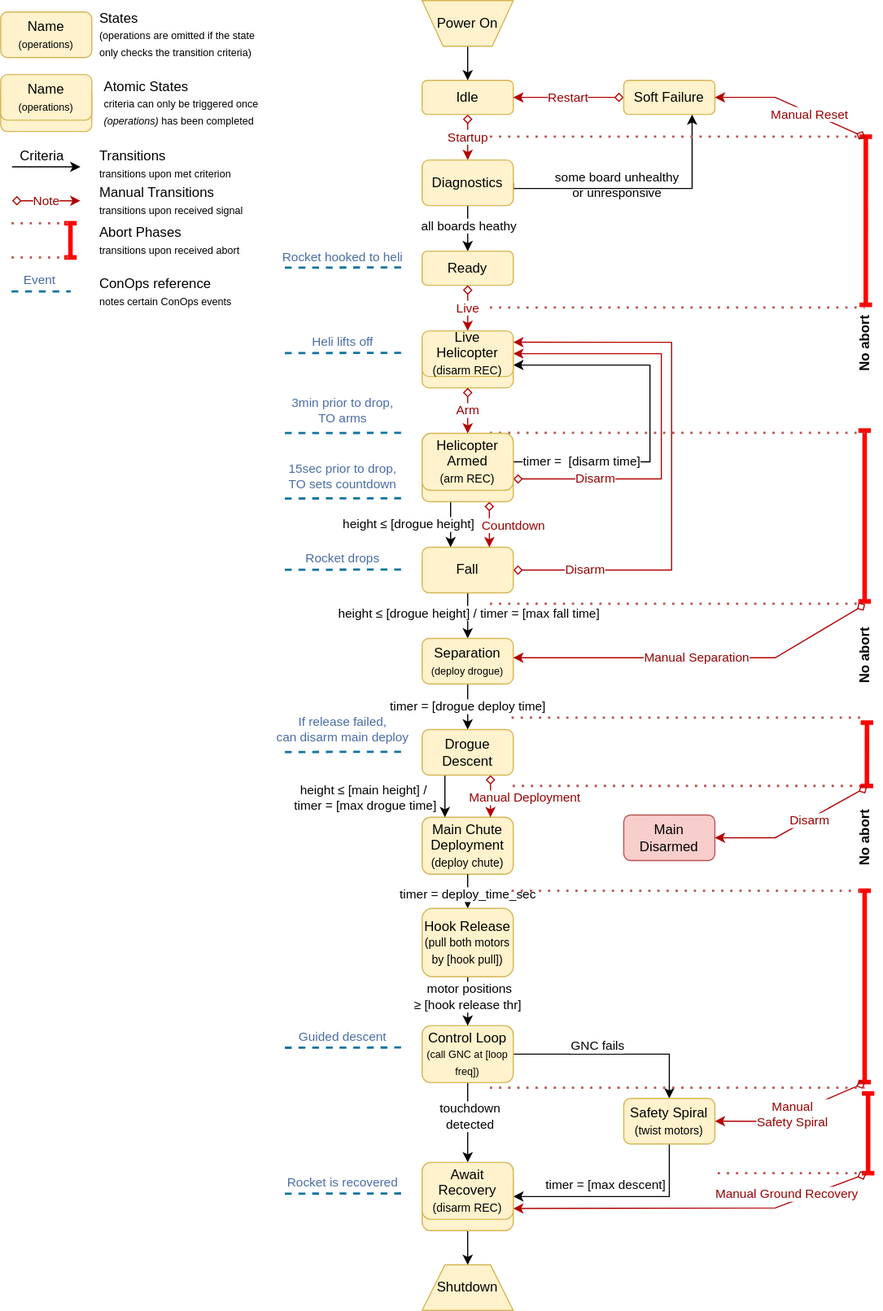
This is state-machines/separation-drop-test-state-machine.drawio.svg from aris-space/asteria-remote-computers, a draw.io export, as it was before one commit. Source tidied: cells renumbered, new cells last; positions are measured from the earlier drawing's top-left corner, leaving out a move shared by most shapes.
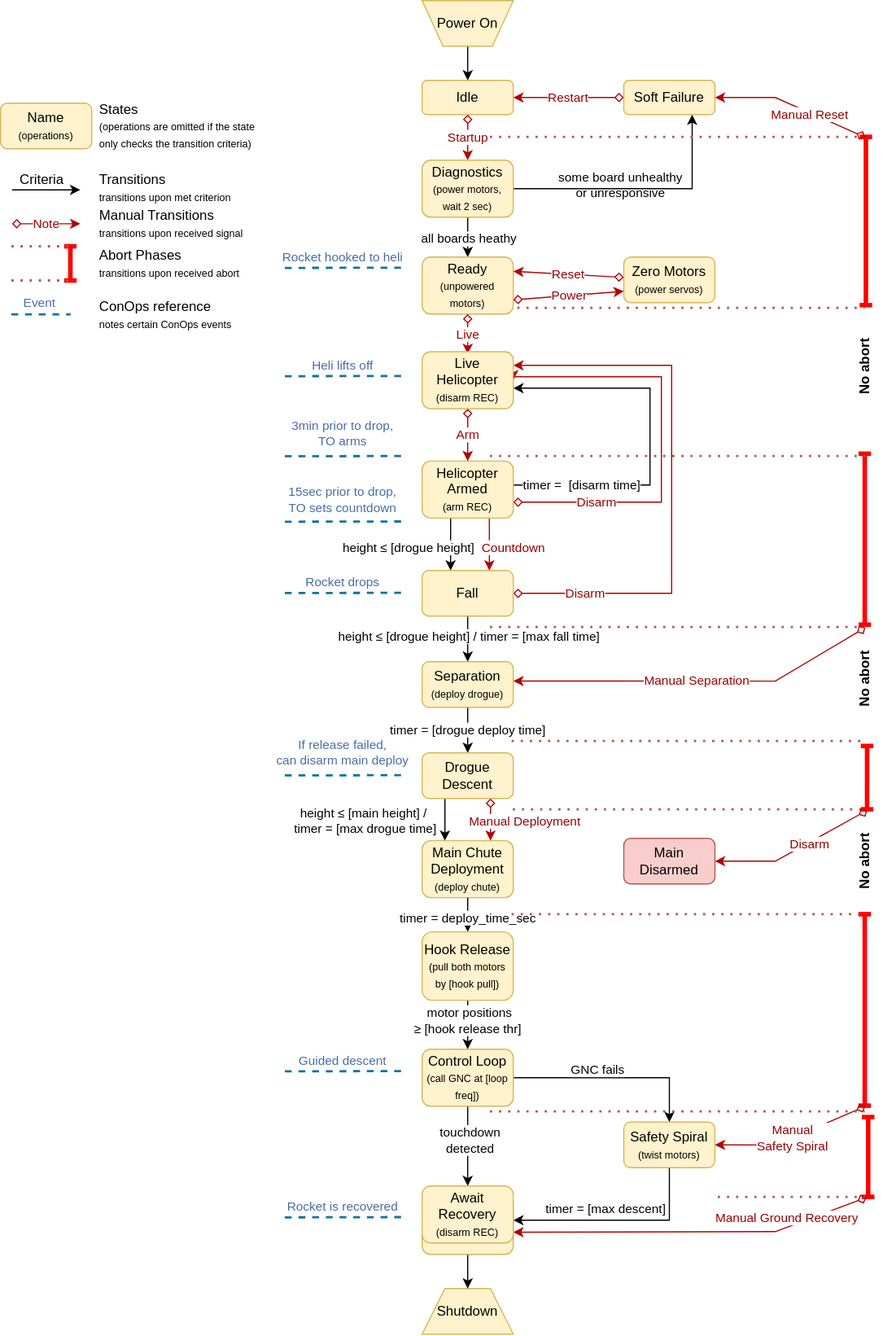
Later version of the same file.

The edit, as a diff of the source:
```diff
@@ -11,3 +11,3 @@
     <mxCell id="4" value="Idle" style="rounded=1;whiteSpace=wrap;html=1;fillColor=#fff2cc;strokeColor=#d6b656;" parent="1" vertex="1">
-      <mxGeometry x="370" y="70" width="80" height="30" as="geometry" />
+      <mxGeometry x="370" y="50" width="80" height="30" as="geometry" />
     </mxCell>
@@ -17,11 +17,9 @@
     <mxCell id="6" value="Power On" style="verticalLabelPosition=middle;verticalAlign=middle;html=1;shape=trapezoid;perimeter=trapezoidPerimeter;whiteSpace=wrap;size=0.23;arcSize=10;flipV=1;labelPosition=center;align=center;fillColor=#fff2cc;strokeColor=#d6b656;" parent="1" vertex="1">
-      <mxGeometry x="370" width="80" height="40" as="geometry" />
+      <mxGeometry x="370" y="-20" width="80" height="40" as="geometry" />
     </mxCell>
-    <mxCell id="7" style="edgeStyle=orthogonalEdgeStyle;rounded=0;jettySize=auto;html=1;entryX=0.5;entryY=0;entryDx=0;entryDy=0;" parent="1" edge="1" source="11">
-      <mxGeometry relative="1" as="geometry">
-        <mxPoint x="410" y="220" as="targetPoint" />
-      </mxGeometry>
+    <mxCell id="7" style="edgeStyle=orthogonalEdgeStyle;rounded=0;jettySize=auto;html=1;" parent="1" edge="1" source="11" target="59">
+      <mxGeometry x="-0.33" relative="1" as="geometry" />
     </mxCell>
     <mxCell id="8" value="all boards heathy" style="edgeLabel;html=1;align=center;verticalAlign=middle;" parent="7" vertex="1">
-      <mxGeometry x="-0.13" relative="1" as="geometry" />
+      <mxGeometry x="0.24" relative="1" as="geometry" />
     </mxCell>
@@ -30,3 +28,3 @@
         <Array as="points">
-          <mxPoint x="607" y="165" />
+          <mxPoint x="607" y="145" />
         </Array>
@@ -39,4 +37,4 @@
     </mxCell>
-    <mxCell id="11" value="&lt;font&gt;Diagnostics&lt;/font&gt;" style="rounded=1;whiteSpace=wrap;html=1;fillColor=#fff2cc;strokeColor=#d6b656;" parent="1" vertex="1">
-      <mxGeometry x="370" y="140" width="80" height="40" as="geometry" />
+    <mxCell id="11" value="&lt;font&gt;Diagnostics&lt;/font&gt;&lt;div&gt;&lt;font style=&quot;font-size: 9px;&quot;&gt;(power motors, wait 2 sec)&lt;/font&gt;&lt;/div&gt;" style="rounded=1;whiteSpace=wrap;html=1;fillColor=#fff2cc;strokeColor=#d6b656;" parent="1" vertex="1">
+      <mxGeometry x="370" y="120" width="80" height="50" as="geometry" />
     </mxCell>
@@ -46,11 +44,9 @@
     <mxCell id="13" value="Soft Failure" style="rounded=1;whiteSpace=wrap;html=1;fillColor=#fff2cc;strokeColor=#d6b656;" parent="1" vertex="1">
-      <mxGeometry x="547" y="70" width="80" height="30" as="geometry" />
+      <mxGeometry x="547" y="50" width="80" height="30" as="geometry" />
     </mxCell>
-    <mxCell id="14" style="edgeStyle=orthogonalEdgeStyle;rounded=0;orthogonalLoop=1;jettySize=auto;html=1;entryX=0.5;entryY=0;entryDx=0;entryDy=0;" parent="1" edge="1">
-      <mxGeometry relative="1" as="geometry">
-        <mxPoint x="395" y="440" as="sourcePoint" />
+    <mxCell id="14" style="edgeStyle=orthogonalEdgeStyle;rounded=0;jettySize=auto;html=1;entryX=0.5;entryY=0;entryDx=0;entryDy=0;exitX=0.25;exitY=1;exitDx=0;exitDy=0;" parent="1" edge="1" source="94">
+      <mxGeometry x="0.27" relative="1" as="geometry">
         <mxPoint x="395" y="480" as="targetPoint" />
         <Array as="points">
-          <mxPoint x="395" y="460" />
-          <mxPoint x="395" y="460" />
+          <mxPoint x="395" y="430" />
         </Array>
@@ -58,4 +54,5 @@
     </mxCell>
-    <mxCell id="15" value="&lt;font color=&quot;#990000&quot;&gt;Disarm&lt;/font&gt;" style="edgeStyle=orthogonalEdgeStyle;rounded=0;jettySize=auto;html=1;exitX=1;exitY=0.5;exitDx=0;exitDy=0;shadow=0;strokeColor=#B20000;strokeWidth=1;align=center;verticalAlign=middle;fontFamily=Helvetica;fontSize=11;fontColor=default;labelBackgroundColor=default;jumpStyle=none;jumpSize=5;startArrow=diamond;startFill=0;endArrow=classic;flowAnimation=0;fillColor=#e51400;entryX=1;entryY=0.5;entryDx=0;entryDy=0;" parent="1" edge="1" source="92" target="93">
+    <mxCell id="15" value="&lt;font color=&quot;#990000&quot;&gt;Disarm&lt;/font&gt;" style="edgeStyle=orthogonalEdgeStyle;rounded=0;jettySize=auto;html=1;exitX=1;exitY=0.5;exitDx=0;exitDy=0;shadow=0;strokeColor=#B20000;strokeWidth=1;align=center;verticalAlign=middle;fontFamily=Helvetica;fontSize=11;fontColor=default;labelBackgroundColor=default;jumpStyle=none;jumpSize=5;startArrow=diamond;startFill=0;endArrow=classic;flowAnimation=0;fillColor=#e51400;entryX=1;entryY=0.5;entryDx=0;entryDy=0;" parent="1" edge="1" target="93">
       <mxGeometry x="-0.61" relative="1" as="geometry">
+        <mxPoint x="450" y="420" as="sourcePoint" />
         <Array as="points">
@@ -117,6 +114,6 @@
     </mxCell>
-    <mxCell id="27" value="Safety Spiral&lt;div&gt;&lt;font size=&quot;1&quot;&gt;(twist motors)&lt;/font&gt;&lt;/div&gt;" style="rounded=1;whiteSpace=wrap;html=1;fillColor=#fff2cc;strokeColor=#d6b656;" parent="1" vertex="1">
+    <mxCell id="27" value="Safety Spiral&lt;div&gt;&lt;font style=&quot;font-size: 9px;&quot;&gt;(twist motors)&lt;/font&gt;&lt;/div&gt;" style="rounded=1;whiteSpace=wrap;html=1;fillColor=#fff2cc;strokeColor=#d6b656;" parent="1" vertex="1">
       <mxGeometry x="547" y="963.9" width="80" height="40" as="geometry" />
     </mxCell>
-    <mxCell id="28" value="Main Chute Deployment&lt;div&gt;&lt;font size=&quot;1&quot;&gt;(deploy chute)&lt;/font&gt;&lt;/div&gt;" style="rounded=1;whiteSpace=wrap;html=1;fillColor=#fff2cc;strokeColor=#d6b656;" parent="1" vertex="1">
+    <mxCell id="28" value="Main Chute Deployment&lt;div&gt;&lt;font style=&quot;font-size: 9px;&quot;&gt;(deploy chute)&lt;/font&gt;&lt;/div&gt;" style="rounded=1;whiteSpace=wrap;html=1;fillColor=#fff2cc;strokeColor=#d6b656;" parent="1" vertex="1">
       <mxGeometry x="370" y="717" width="80" height="50" as="geometry" />
@@ -225,5 +222,6 @@
     </mxCell>
-    <mxCell id="45" style="endArrow=baseDash;html=1;rounded=0;startArrow=baseDash;startFill=0;endFill=0;fillColor=#f8cecc;strokeColor=#FF0000;strokeWidth=4;exitX=0.855;exitY=0.533;exitDx=0;exitDy=0;exitPerimeter=0;" parent="1" edge="1" source="49">
+    <mxCell id="45" style="endArrow=baseDash;html=1;rounded=0;startArrow=baseDash;startFill=0;endFill=0;fillColor=#f8cecc;strokeColor=#FF0000;strokeWidth=4;exitX=0.855;exitY=0.533;exitDx=0;exitDy=0;exitPerimeter=0;" parent="1" edge="1">
       <mxGeometry relative="1" as="geometry">
-        <mxPoint x="760" y="120" as="targetPoint" />
+        <mxPoint x="760" y="247.6" as="sourcePoint" />
+        <mxPoint x="760" y="100" as="targetPoint" />
       </mxGeometry>
@@ -232,6 +230,6 @@
       <mxGeometry relative="1" as="geometry">
-        <mxPoint x="430" y="120" as="sourcePoint" />
-        <mxPoint x="759" y="120" as="targetPoint" />
+        <mxPoint x="430" y="100" as="sourcePoint" />
+        <mxPoint x="759" y="100" as="targetPoint" />
         <Array as="points">
-          <mxPoint x="649" y="120" />
+          <mxPoint x="649" y="100" />
         </Array>
@@ -241,6 +239,6 @@
       <mxGeometry relative="1" as="geometry">
-        <mxPoint x="430" y="270" as="sourcePoint" />
-        <mxPoint x="759" y="270" as="targetPoint" />
+        <mxPoint x="430" y="250" as="sourcePoint" />
+        <mxPoint x="759" y="250" as="targetPoint" />
         <Array as="points">
-          <mxPoint x="649" y="270" />
+          <mxPoint x="649" y="250" />
         </Array>
@@ -250,5 +248,5 @@
       <mxGeometry x="-0.24" y="2" relative="1" as="geometry">
-        <mxPoint x="759" y="120" as="sourcePoint" />
+        <mxPoint x="759" y="100" as="sourcePoint" />
         <Array as="points">
-          <mxPoint x="680" y="85" />
+          <mxPoint x="680" y="65" />
         </Array>
@@ -272,9 +270,7 @@
     </mxCell>
-    <mxCell id="52" value="&lt;font color=&quot;#990000&quot;&gt;Countdown&lt;/font&gt;" style="edgeStyle=orthogonalEdgeStyle;rounded=0;orthogonalLoop=1;jettySize=auto;html=1;shadow=0;strokeColor=#B20000;strokeWidth=1;align=center;verticalAlign=middle;fontFamily=Helvetica;fontSize=11;fontColor=default;labelBackgroundColor=default;jumpStyle=none;jumpSize=5;startArrow=diamond;startFill=0;endArrow=classic;flowAnimation=0;fillColor=#e51400;" parent="1" edge="1">
-      <mxGeometry x="0.05" y="21" relative="1" as="geometry">
-        <mxPoint x="429" y="440" as="sourcePoint" />
+    <mxCell id="52" value="&lt;font color=&quot;#990000&quot;&gt;Countdown&lt;/font&gt;" style="edgeStyle=orthogonalEdgeStyle;rounded=0;jettySize=auto;html=1;shadow=0;strokeColor=#B20000;strokeWidth=1;align=center;verticalAlign=middle;fontFamily=Helvetica;fontSize=11;fontColor=default;labelBackgroundColor=default;jumpStyle=none;jumpSize=5;startArrow=diamond;startFill=0;endArrow=classic;flowAnimation=0;fillColor=#e51400;exitX=0.75;exitY=1;exitDx=0;exitDy=0;" parent="1" edge="1" source="94">
+      <mxGeometry x="0.25" y="21" relative="1" as="geometry">
         <mxPoint x="429" y="480" as="targetPoint" />
         <Array as="points">
-          <mxPoint x="429" y="461" />
-          <mxPoint x="429" y="461" />
+          <mxPoint x="429" y="430" />
         </Array>
@@ -318,4 +314,4 @@
     </mxCell>
-    <mxCell id="59" value="Ready" style="rounded=1;whiteSpace=wrap;html=1;fillColor=#fff2cc;strokeColor=#d6b656;" parent="1" vertex="1">
-      <mxGeometry x="370" y="220" width="80" height="30" as="geometry" />
+    <mxCell id="59" value="Ready&lt;div&gt;&lt;font style=&quot;font-size: 9px;&quot;&gt;(unpowered motors)&lt;/font&gt;&lt;/div&gt;" style="rounded=1;whiteSpace=wrap;html=1;fillColor=#fff2cc;strokeColor=#d6b656;" parent="1" vertex="1">
+      <mxGeometry x="370" y="205" width="80" height="50" as="geometry" />
     </mxCell>
@@ -328,4 +324,4 @@
       <mxGeometry x="-0.07" y="10" relative="1" as="geometry">
-        <mxPoint x="250" y="235" as="sourcePoint" />
-        <mxPoint x="357" y="234.8" as="targetPoint" />
+        <mxPoint x="250" y="215" as="sourcePoint" />
+        <mxPoint x="357" y="214.8" as="targetPoint" />
       </mxGeometry>
@@ -401,3 +397,3 @@
     </mxCell>
-    <mxCell id="74" value="&lt;div&gt;Hook Release&lt;/div&gt;&lt;div&gt;&lt;font size=&quot;1&quot;&gt;(pull both motors by [hook pull])&lt;/font&gt;&lt;/div&gt;" style="rounded=1;whiteSpace=wrap;html=1;fillColor=#fff2cc;strokeColor=#d6b656;" parent="1" vertex="1">
+    <mxCell id="74" value="&lt;div&gt;Hook Release&lt;/div&gt;&lt;div&gt;&lt;font style=&quot;font-size: 9px;&quot;&gt;(pull both motors by [hook pull])&lt;/font&gt;&lt;/div&gt;" style="rounded=1;whiteSpace=wrap;html=1;fillColor=#fff2cc;strokeColor=#d6b656;" parent="1" vertex="1">
       <mxGeometry x="370" y="797" width="80" height="60" as="geometry" />
@@ -423,6 +419,6 @@
     <mxCell id="79" value="Name&lt;div&gt;&lt;font style=&quot;font-size: 9px;&quot;&gt;(operations)&lt;/font&gt;&lt;/div&gt;" style="rounded=1;whiteSpace=wrap;html=1;fillColor=#fff2cc;strokeColor=#d6b656;" parent="1" vertex="1">
-      <mxGeometry y="10" width="80" height="40" as="geometry" />
+      <mxGeometry y="70" width="80" height="40" as="geometry" />
     </mxCell>
     <mxCell id="80" value="States&lt;div&gt;&lt;font style=&quot;font-size: 9px;&quot;&gt;(operations are omitted if the state only checks the transition criteria)&lt;/font&gt;&lt;/div&gt;" style="text;html=1;align=left;verticalAlign=middle;whiteSpace=wrap;rounded=0;" parent="1" vertex="1">
-      <mxGeometry x="85" width="140" height="60" as="geometry" />
+      <mxGeometry x="85" y="60" width="140" height="60" as="geometry" />
     </mxCell>
@@ -461,24 +457,6 @@
     </mxCell>
-    <mxCell id="88" value="&lt;div&gt;&lt;font color=&quot;#757575&quot;&gt;&lt;br&gt;&lt;/font&gt;&lt;/div&gt;&lt;div&gt;&lt;font color=&quot;#757575&quot;&gt;&lt;br&gt;&lt;/font&gt;&lt;/div&gt;" style="rounded=1;whiteSpace=wrap;html=1;fillColor=#fff2cc;strokeColor=#d6b656;" parent="1" vertex="1">
-      <mxGeometry y="75" width="80" height="40" as="geometry" />
-    </mxCell>
-    <mxCell id="89" value="Name&lt;div&gt;&lt;font style=&quot;font-size: 9px;&quot;&gt;(operations)&lt;/font&gt;&lt;/div&gt;" style="rounded=1;whiteSpace=wrap;html=1;fillColor=#fff2cc;strokeColor=#d6b656;" parent="1" vertex="1">
-      <mxGeometry y="65" width="80" height="40" as="geometry" />
-    </mxCell>
-    <mxCell id="90" value="&lt;div&gt;Atomic States&lt;/div&gt;&lt;div&gt;&lt;span style=&quot;background-color: initial;&quot;&gt;&lt;font style=&quot;font-size: 9px;&quot;&gt;criteria can only be triggered once &lt;i&gt;(operations)&lt;/i&gt; has been completed&lt;/font&gt;&lt;/span&gt;&lt;/div&gt;" style="text;html=1;align=left;verticalAlign=middle;whiteSpace=wrap;rounded=0;" parent="1" vertex="1">
-      <mxGeometry x="89" y="60" width="140" height="60" as="geometry" />
-    </mxCell>
-    <mxCell id="91" value="&lt;div&gt;&lt;br&gt;&lt;/div&gt;" style="rounded=1;whiteSpace=wrap;html=1;fillColor=#fff2cc;strokeColor=#d6b656;" parent="1" vertex="1">
-      <mxGeometry x="370" y="300" width="80" height="40" as="geometry" />
-    </mxCell>
-    <mxCell id="92" style="rounded=1;whiteSpace=wrap;html=1;fillColor=#fff2cc;strokeColor=#d6b656;" parent="1" vertex="1">
-      <mxGeometry x="370" y="400" width="80" height="40" as="geometry" />
-    </mxCell>
-    <mxCell id="93" value="&lt;div&gt;Live Helicopter&lt;/div&gt;&lt;div&gt;&lt;font style=&quot;font-size: 10px;&quot;&gt;(disarm REC)&lt;/font&gt;&lt;/div&gt;" style="rounded=1;whiteSpace=wrap;html=1;fillColor=#fff2cc;strokeColor=#d6b656;" parent="1" vertex="1">
-      <mxGeometry x="370" y="290" width="80" height="40" as="geometry" />
-    </mxCell>
-    <mxCell id="94" value="&lt;div&gt;Helicopter Armed&lt;/div&gt;&lt;div&gt;&lt;font style=&quot;font-size: 10px;&quot;&gt;(arm REC)&lt;/font&gt;&lt;/div&gt;" style="rounded=1;whiteSpace=wrap;html=1;fillColor=#fff2cc;strokeColor=#d6b656;" parent="1" vertex="1">
-      <mxGeometry x="370" y="380" width="80" height="50" as="geometry" />
+    <mxCell id="94" value="&lt;div&gt;Helicopter Armed&lt;/div&gt;&lt;div&gt;&lt;font style=&quot;font-size: 9px;&quot;&gt;(arm REC)&lt;/font&gt;&lt;/div&gt;" style="rounded=1;whiteSpace=wrap;html=1;fillColor=#fff2cc;strokeColor=#d6b656;" parent="1" vertex="1">
+      <mxGeometry x="370" y="384" width="80" height="50" as="geometry" />
     </mxCell>
-    <mxCell id="95" value="&lt;font color=&quot;#990000&quot;&gt;Arm&lt;/font&gt;" style="edgeStyle=orthogonalEdgeStyle;rounded=0;jettySize=auto;html=1;shadow=0;strokeColor=#B20000;strokeWidth=1;align=center;verticalAlign=middle;fontFamily=Helvetica;fontSize=11;fontColor=default;labelBackgroundColor=default;jumpStyle=none;jumpSize=5;startArrow=diamond;startFill=0;endArrow=classic;flowAnimation=0;fillColor=#e51400;entryX=0.5;entryY=0;entryDx=0;entryDy=0;exitX=0.5;exitY=1;exitDx=0;exitDy=0;" parent="1" edge="1" source="91" target="94">
+    <mxCell id="95" value="&lt;font color=&quot;#990000&quot;&gt;Arm&lt;/font&gt;" style="edgeStyle=orthogonalEdgeStyle;rounded=0;jettySize=auto;html=1;shadow=0;strokeColor=#B20000;strokeWidth=1;align=center;verticalAlign=middle;fontFamily=Helvetica;fontSize=11;fontColor=default;labelBackgroundColor=default;jumpStyle=none;jumpSize=5;startArrow=diamond;startFill=0;endArrow=classic;flowAnimation=0;fillColor=#e51400;entryX=0.5;entryY=0;entryDx=0;entryDy=0;" parent="1" edge="1" source="93" target="94">
       <mxGeometry relative="1" as="geometry" />
@@ -488,5 +466,17 @@
     </mxCell>
-    <mxCell id="97" value="Await Recovery&lt;div&gt;&lt;font size=&quot;1&quot;&gt;(disarm REC)&lt;/font&gt;&lt;/div&gt;" style="rounded=1;whiteSpace=wrap;html=1;fillColor=#fff2cc;strokeColor=#d6b656;" parent="1" vertex="1">
+    <mxCell id="97" value="Await Recovery&lt;div&gt;&lt;font style=&quot;font-size: 9px;&quot;&gt;(disarm REC)&lt;/font&gt;&lt;/div&gt;" style="rounded=1;whiteSpace=wrap;html=1;fillColor=#fff2cc;strokeColor=#d6b656;" parent="1" vertex="1">
       <mxGeometry x="370" y="1020" width="80" height="50" as="geometry" />
     </mxCell>
+    <mxCell id="98" value="Zero Motors&lt;div&gt;&lt;font style=&quot;font-size: 9px;&quot;&gt;(power servos)&lt;/font&gt;&lt;/div&gt;" style="rounded=1;whiteSpace=wrap;html=1;fillColor=#fff2cc;strokeColor=#d6b656;" parent="1" vertex="1">
+      <mxGeometry x="547" y="205" width="80" height="40" as="geometry" />
+    </mxCell>
+    <mxCell id="99" value="&lt;font color=&quot;#990000&quot;&gt;Reset&lt;/font&gt;" style="rounded=0;jettySize=auto;html=1;strokeWidth=1;shadow=0;flowAnimation=0;strokeColor=#B20000;jumpStyle=none;jumpSize=5;startArrow=diamond;startFill=0;fillColor=#e51400;align=center;verticalAlign=middle;fontFamily=Helvetica;fontSize=11;fontColor=default;labelBackgroundColor=default;endArrow=classic;gradientColor=none;entryX=1;entryY=0.25;entryDx=0;entryDy=0;" parent="1" edge="1" source="98" target="59">
+      <mxGeometry relative="1" as="geometry" />
+    </mxCell>
+    <mxCell id="100" value="&lt;font color=&quot;#990000&quot;&gt;Power&lt;/font&gt;" style="rounded=0;jettySize=auto;html=1;strokeWidth=1;shadow=0;flowAnimation=0;strokeColor=#B20000;jumpStyle=none;jumpSize=5;startArrow=diamond;startFill=0;fillColor=#e51400;align=center;verticalAlign=middle;fontFamily=Helvetica;fontSize=11;fontColor=default;labelBackgroundColor=default;endArrow=classic;gradientColor=none;entryX=0;entryY=0.75;entryDx=0;entryDy=0;exitX=1;exitY=0.75;exitDx=0;exitDy=0;" parent="1" edge="1" source="59" target="98">
+      <mxGeometry relative="1" as="geometry" />
+    </mxCell>
+    <mxCell id="93" value="&lt;div&gt;Live Helicopter&lt;/div&gt;&lt;div&gt;&lt;font style=&quot;font-size: 9px;&quot;&gt;(disarm REC)&lt;/font&gt;&lt;/div&gt;" style="rounded=1;whiteSpace=wrap;html=1;fillColor=#fff2cc;strokeColor=#d6b656;" parent="1" vertex="1">
+      <mxGeometry x="370" y="288" width="80" height="50" as="geometry" />
+    </mxCell>
   </root>
```
